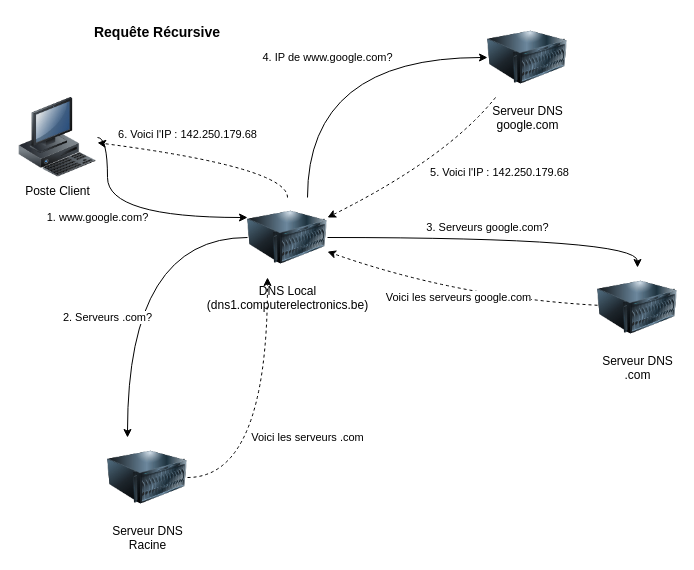
This is diagrams/dns_requete_recursive.drawio from choquitofrito/ActiveDirectory, a draw.io file, before an edit. Source tidied: cells renumbered, new cells numbered last; positions are measured from the earlier drawing's top-left corner, leaving out a move shared by most shapes. Both pictures are drawn from the tidied source at 100%, with x=0, y=0 at pixel (17, 17).
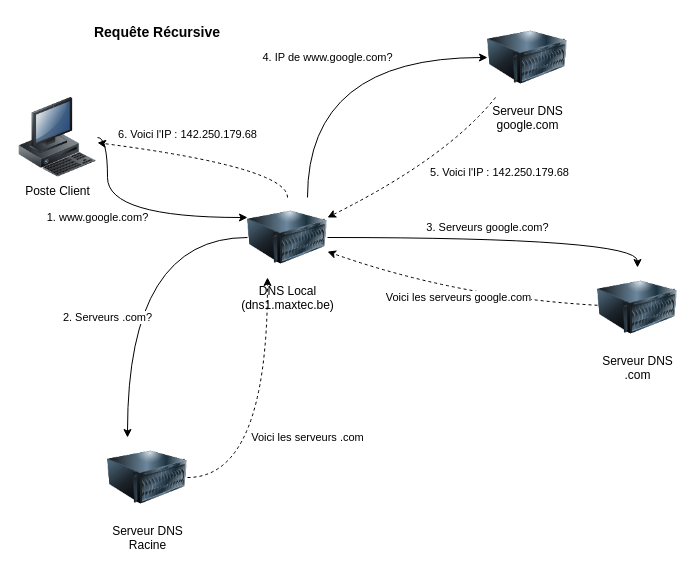
The same diagram, later.

Diff of the diagram source:
```diff
@@
-    <mxCell id="4" value="DNS Local&#10;(dns1.computerelectronics.be)" style="image;html=1;image=img/lib/clip_art/computers/Server_128x128.png;" parent="1" vertex="1">
+    <mxCell id="4" value="DNS Local&#10;(dns1.maxtec.be)" style="image;html=1;image=img/lib/clip_art/computers/Server_128x128.png;" parent="1" vertex="1">
       <mxGeometry x="230" y="180" width="80" height="80" as="geometry" />
     </mxCell>
```
